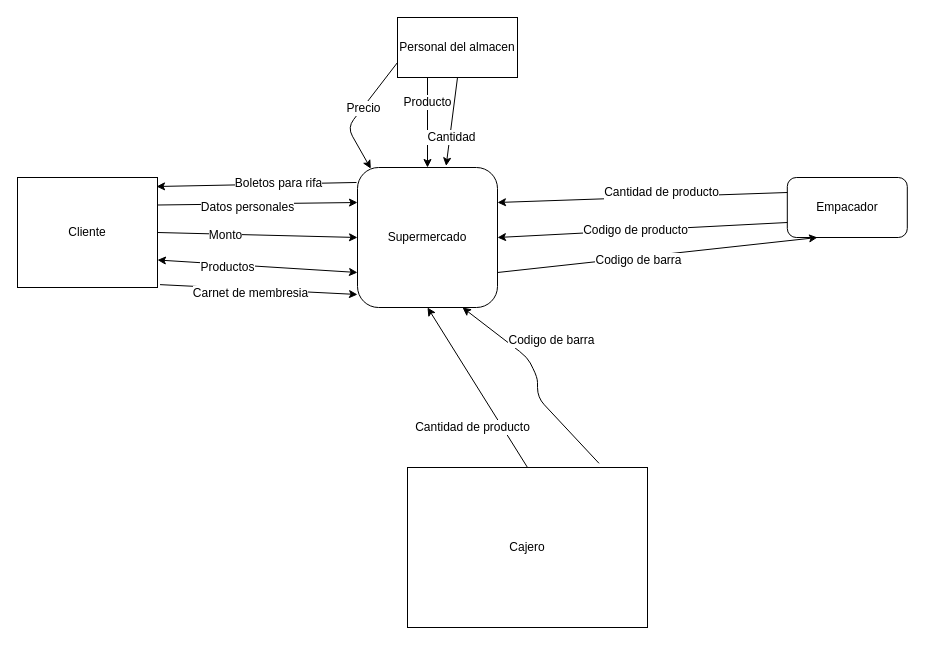
The draw.io diagram Diagrama de contexto.drawio in Nizar4790k/Liverpool, before the edit. Source tidied: cells renumbered, new cells numbered last; positions are measured from the earlier drawing's top-left corner, leaving out a move shared by most shapes. Both pictures are drawn from the tidied source at 100%, with x=0, y=0 at pixel (17, 17).
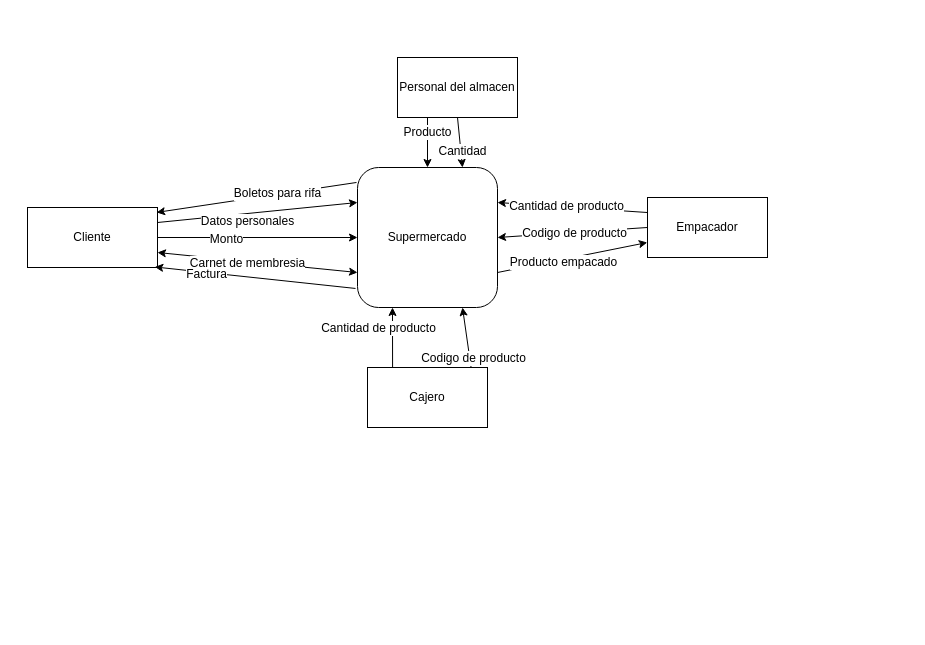
Above is the later version.

Unchanged cells that the change refers to:
```xml
<mxCell id="7" value="Supermercado" style="rounded=1;whiteSpace=wrap;html=1;" parent="1" vertex="1">
  <mxGeometry x="340" y="150" width="140" height="140" as="geometry" />
</mxCell>
<mxCell id="11" style="endArrow=classic;startArrow=classic;html=1;exitX=1;exitY=0.75;exitDx=0;exitDy=0;entryX=0;entryY=0.75;entryDx=0;entryDy=0;" parent="1" edge="1" source="2" target="7">
  <mxGeometry relative="1" as="geometry" />
</mxCell>
```

What changed in the source:
```diff
@@
     <mxCell id="2" value="Cliente" style="rounded=0;whiteSpace=wrap;html=1;" parent="1" vertex="1">
-      <mxGeometry y="160" width="140" height="110" as="geometry" />
+      <mxGeometry x="10" y="190" width="130" height="60" as="geometry" />
     </mxCell>
@@
-    <mxCell id="8" style="endArrow=classic;html=1;exitX=1.018;exitY=0.974;exitDx=0;exitDy=0;exitPerimeter=0;" parent="1" edge="1" source="2">
-      <mxGeometry relative="1" as="geometry">
-        <mxPoint x="340" y="277" as="targetPoint" />
-      </mxGeometry>
-    </mxCell>
-    <mxCell id="9" value="Carnet de membresia" style="text;html=1;align=center;verticalAlign=middle;labelBackgroundColor=#ffffff;" parent="8" vertex="1">
-      <mxGeometry x="0.15" y="-4" relative="1" as="geometry">
-        <mxPoint x="-23.5" y="-1" as="offset" />
-      </mxGeometry>
-    </mxCell>
-    <mxCell id="10" value="Cajero" style="rounded=0;whiteSpace=wrap;html=1;" parent="1" vertex="1">
-      <mxGeometry x="390" y="450" width="240" height="160" as="geometry" />
-    </mxCell>
@@
-    <mxCell id="12" value="Productos" style="text;html=1;align=center;verticalAlign=middle;labelBackgroundColor=#ffffff;" parent="11" vertex="1">
+    <mxCell id="12" value="Carnet de membresia" style="text;html=1;align=center;verticalAlign=middle;labelBackgroundColor=#ffffff;" parent="11" vertex="1">
       <mxGeometry x="-0.29" y="-3" relative="1" as="geometry">
-        <mxPoint x="-1" as="offset" />
+        <mxPoint x="19.5" as="offset" />
       </mxGeometry>
     </mxCell>
-    <mxCell id="13" style="endArrow=classic;html=1;entryX=0.75;entryY=1;entryDx=0;entryDy=0;exitX=0.798;exitY=-0.026;exitDx=0;exitDy=0;exitPerimeter=0;" parent="1" edge="1" source="10" target="7">
-      <mxGeometry relative="1" as="geometry">
-        <Array as="points">
-          <mxPoint x="520" y="380" />
-          <mxPoint x="520" y="360" />
-          <mxPoint x="510" y="340" />
-        </Array>
-      </mxGeometry>
-    </mxCell>
-    <mxCell id="14" value="Codigo de barra" style="text;html=1;align=center;verticalAlign=middle;labelBackgroundColor=#ffffff;" parent="13" vertex="1">
-      <mxGeometry x="-0.3" y="-2" relative="1" as="geometry">
-        <mxPoint x="2" y="-67.5" as="offset" />
-      </mxGeometry>
-    </mxCell>
-    <mxCell id="15" style="endArrow=classic;html=1;entryX=0.5;entryY=1;entryDx=0;entryDy=0;exitX=0.5;exitY=0;exitDx=0;exitDy=0;" parent="1" edge="1" source="10" target="7">
-      <mxGeometry relative="1" as="geometry" />
+    <mxCell id="15" style="endArrow=classic;html=1;entryX=0.25;entryY=1;entryDx=0;entryDy=0;exitX=0.179;exitY=-0.018;exitDx=0;exitDy=0;exitPerimeter=0;" parent="1" edge="1" target="7">
+      <mxGeometry relative="1" as="geometry">
+        <mxPoint x="375.1" y="359.1" as="sourcePoint" />
+      </mxGeometry>
     </mxCell>
     <mxCell id="16" value="Cantidad de producto" style="text;html=1;align=center;verticalAlign=middle;labelBackgroundColor=#ffffff;" parent="15" vertex="1">
       <mxGeometry x="-0.13" y="2" relative="1" as="geometry">
-        <mxPoint x="-10.5" y="28" as="offset" />
+        <mxPoint x="-13" y="-19" as="offset" />
       </mxGeometry>
     </mxCell>
-    <mxCell id="17" value="Empacador" style="rounded=1;whiteSpace=wrap;html=1;" parent="1" vertex="1">
-      <mxGeometry x="769.8" y="160" width="120" height="60" as="geometry" />
-    </mxCell>
-    <mxCell id="18" style="endArrow=classic;html=1;entryX=1;entryY=0.25;entryDx=0;entryDy=0;exitX=0;exitY=0.25;exitDx=0;exitDy=0;" parent="1" edge="1" source="17" target="7">
-      <mxGeometry relative="1" as="geometry" />
+    <mxCell id="18" style="endArrow=classic;html=1;entryX=1;entryY=0.25;entryDx=0;entryDy=0;exitX=0;exitY=0.25;exitDx=0;exitDy=0;" parent="1" edge="1" target="7">
+      <mxGeometry relative="1" as="geometry">
+        <mxPoint x="629.8" y="195" as="sourcePoint" />
+      </mxGeometry>
     </mxCell>
@@
-    <mxCell id="20" style="endArrow=classic;html=1;exitX=0;exitY=0.75;exitDx=0;exitDy=0;entryX=1;entryY=0.5;entryDx=0;entryDy=0;" parent="1" edge="1" source="17" target="7">
-      <mxGeometry relative="1" as="geometry" />
+    <mxCell id="20" style="endArrow=classic;html=1;exitX=0;exitY=0.5;exitDx=0;exitDy=0;entryX=1;entryY=0.5;entryDx=0;entryDy=0;" parent="1" edge="1" target="7">
+      <mxGeometry relative="1" as="geometry">
+        <mxPoint x="629.8" y="210" as="sourcePoint" />
+      </mxGeometry>
     </mxCell>
@@
-    <mxCell id="22" style="endArrow=classic;html=1;exitX=1;exitY=0.75;exitDx=0;exitDy=0;" parent="1" edge="1" source="7">
+    <mxCell id="22" style="endArrow=classic;html=1;exitX=1;exitY=0.75;exitDx=0;exitDy=0;entryX=0;entryY=0.75;entryDx=0;entryDy=0;" parent="1" edge="1" source="7">
       <mxGeometry relative="1" as="geometry">
-        <mxPoint x="800" y="220" as="targetPoint" />
+        <mxPoint x="629.8" y="225" as="targetPoint" />
       </mxGeometry>
     </mxCell>
-    <mxCell id="23" value="Codigo de barra" style="text;html=1;align=center;verticalAlign=middle;labelBackgroundColor=#ffffff;" parent="22" vertex="1">
+    <mxCell id="23" value="Producto empacado" style="text;html=1;align=center;verticalAlign=middle;labelBackgroundColor=#ffffff;" parent="22" vertex="1">
       <mxGeometry x="-0.12" y="-3" relative="1" as="geometry">
         <mxPoint x="-1" as="offset" />
       </mxGeometry>
     </mxCell>
     <mxCell id="24" value="Personal del almacen" style="rounded=0;whiteSpace=wrap;html=1;" parent="1" vertex="1">
-      <mxGeometry x="380" width="120" height="60" as="geometry" />
+      <mxGeometry x="380" y="40" width="120" height="60" as="geometry" />
     </mxCell>
-    <mxCell id="25" style="endArrow=classic;html=1;entryX=0.095;entryY=0.008;entryDx=0;entryDy=0;entryPerimeter=0;exitX=0;exitY=0.75;exitDx=0;exitDy=0;" parent="1" edge="1" source="24" target="7">
-      <mxGeometry relative="1" as="geometry">
-        <Array as="points">
-          <mxPoint x="330" y="110" />
-        </Array>
-      </mxGeometry>
-    </mxCell>
-    <mxCell id="26" value="Precio" style="text;html=1;align=center;verticalAlign=middle;labelBackgroundColor=#ffffff;" parent="25" vertex="1">
-      <mxGeometry x="-0.12" relative="1" as="geometry" />
-    </mxCell>
@@
-    <mxCell id="29" style="endArrow=classic;html=1;exitX=0.5;exitY=1;exitDx=0;exitDy=0;entryX=0.633;entryY=-0.011;entryDx=0;entryDy=0;entryPerimeter=0;" parent="1" edge="1" source="24" target="7">
+    <mxCell id="29" style="endArrow=classic;html=1;exitX=0.5;exitY=1;exitDx=0;exitDy=0;entryX=0.75;entryY=0;entryDx=0;entryDy=0;" parent="1" edge="1" source="24" target="7">
       <mxGeometry relative="1" as="geometry" />
     </mxCell>
@@
+    <mxCell id="33" style="endArrow=classic;html=1;exitX=-0.014;exitY=0.864;exitDx=0;exitDy=0;exitPerimeter=0;entryX=0.979;entryY=0.991;entryDx=0;entryDy=0;entryPerimeter=0;" parent="1" edge="1" source="7" target="2">
+      <mxGeometry relative="1" as="geometry" />
+    </mxCell>
+    <mxCell id="34" value="Factura" style="text;html=1;align=center;verticalAlign=middle;labelBackgroundColor=#ffffff;" parent="33" vertex="1">
+      <mxGeometry x="0.49" y="2" relative="1" as="geometry" />
+    </mxCell>
+    <mxCell id="35" style="endArrow=classic;html=1;entryX=0.75;entryY=1;entryDx=0;entryDy=0;exitX=0.75;exitY=0;exitDx=0;exitDy=0;" parent="1" edge="1" target="7">
+      <mxGeometry relative="1" as="geometry">
+        <mxPoint x="455" y="360" as="sourcePoint" />
+      </mxGeometry>
+    </mxCell>
+    <mxCell id="36" value="Codigo de producto" style="text;html=1;align=center;verticalAlign=middle;labelBackgroundColor=#ffffff;" parent="35" vertex="1">
+      <mxGeometry x="0.17" y="1" relative="1" as="geometry">
+        <mxPoint x="7" y="20.5" as="offset" />
+      </mxGeometry>
+    </mxCell>
+    <mxCell id="10" value="Cajero" style="rounded=0;whiteSpace=wrap;html=1;" parent="1" vertex="1">
+      <mxGeometry x="350" y="350" width="120" height="60" as="geometry" />
+    </mxCell>
+    <mxCell id="17" value="Empacador" style="rounded=0;whiteSpace=wrap;html=1;" parent="1" vertex="1">
+      <mxGeometry x="630" y="180" width="120" height="60" as="geometry" />
+    </mxCell>
```
